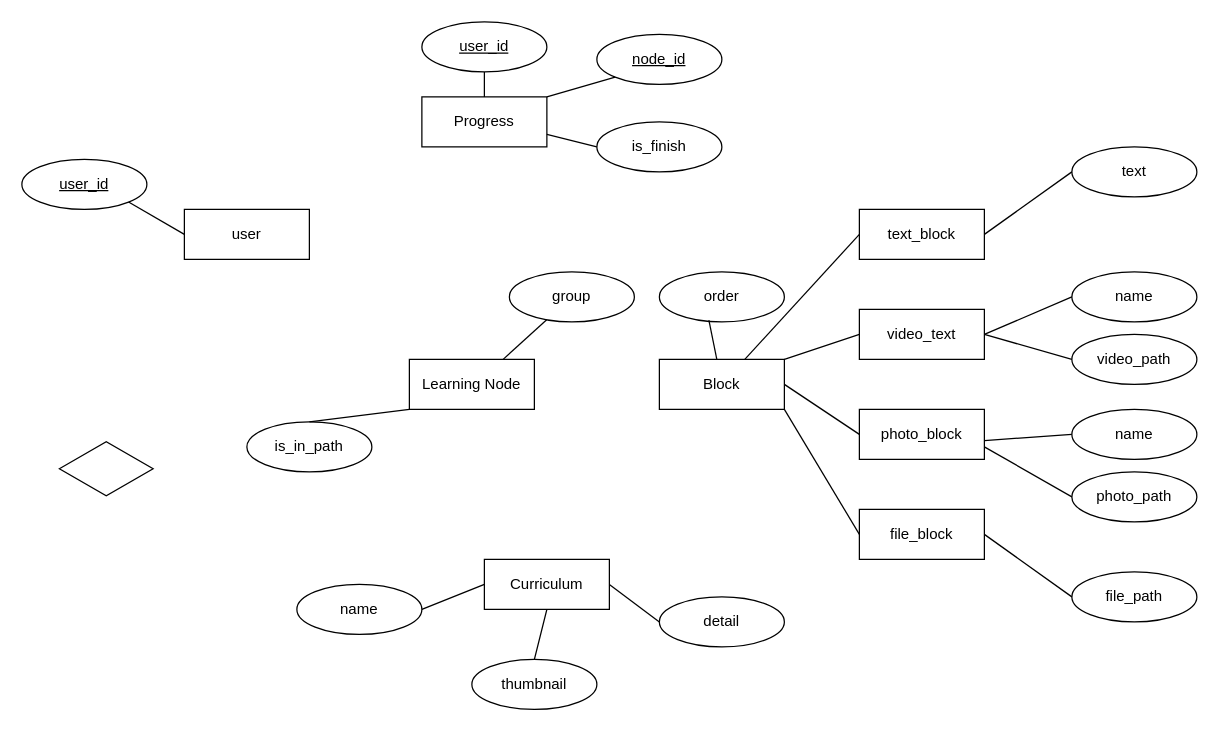
This is Untitled Diagram.drawio from TendonT52/ProjectProgMath, a draw.io file, before an edit. Source tidied: cells renumbered, new cells numbered last; positions are measured from the earlier drawing's top-left corner, leaving out a move shared by most shapes. Both pictures are drawn from the tidied source at 125%, with x=0, y=0 at pixel (21, 21).
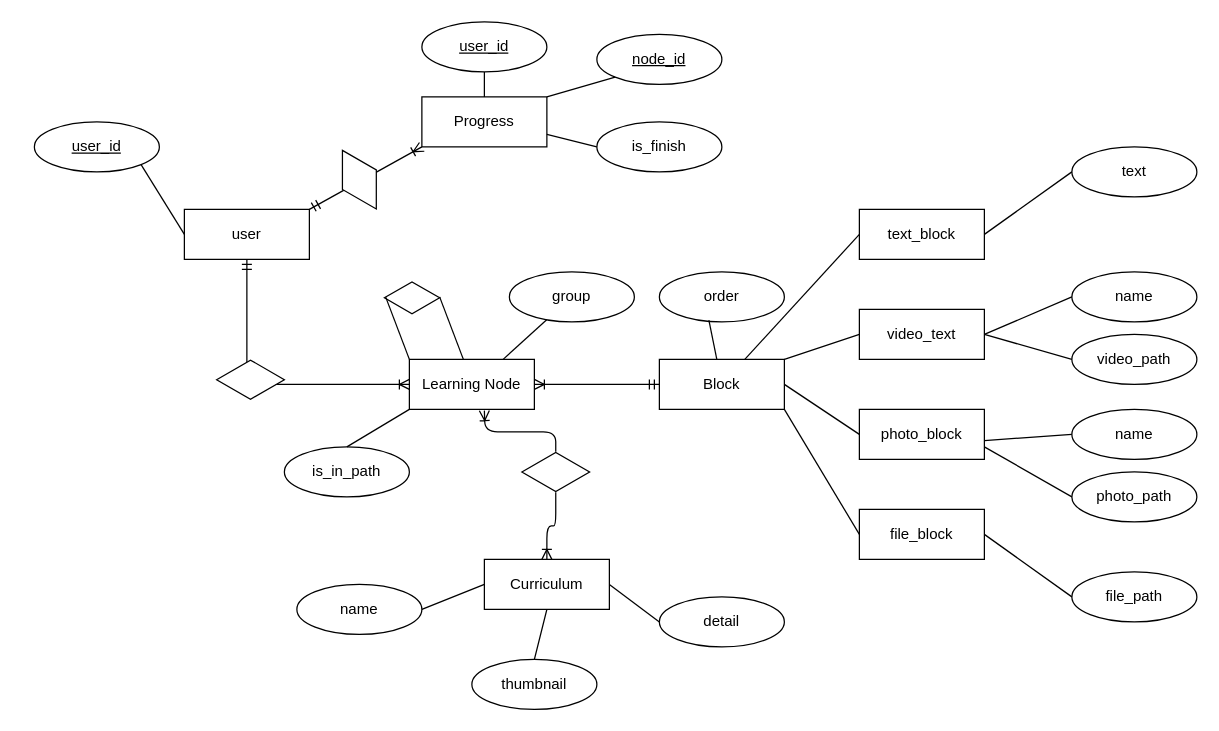
After the change.

Unchanged cells that the change refers to:
```xml
<mxCell id="2" value="Block" style="whiteSpace=wrap;html=1;align=center;" parent="1" vertex="1">
  <mxGeometry x="510" y="270" width="100" height="40" as="geometry" />
</mxCell>
<mxCell id="3" value="Learning Node" style="whiteSpace=wrap;html=1;align=center;" parent="1" vertex="1">
  <mxGeometry x="310" y="270" width="100" height="40" as="geometry" />
</mxCell>
<mxCell id="4" value="user" style="whiteSpace=wrap;html=1;align=center;" parent="1" vertex="1">
  <mxGeometry x="130" y="150" width="100" height="40" as="geometry" />
</mxCell>
<mxCell id="5" value="Progress" style="whiteSpace=wrap;html=1;align=center;" parent="1" vertex="1">
  <mxGeometry x="320" y="60" width="100" height="40" as="geometry" />
</mxCell>
<mxCell id="6" value="Curriculum" style="whiteSpace=wrap;html=1;align=center;" parent="1" vertex="1">
  <mxGeometry x="370" y="430" width="100" height="40" as="geometry" />
</mxCell>
```

Change to the diagram source:
```diff
@@
     <mxCell id="20" value="is_in_path" style="ellipse;whiteSpace=wrap;html=1;align=center;" parent="1" vertex="1">
-      <mxGeometry x="180" y="320" width="100" height="40" as="geometry" />
+      <mxGeometry x="210" y="340" width="100" height="40" as="geometry" />
     </mxCell>
@@
     <mxCell id="25" value="user_id" style="ellipse;whiteSpace=wrap;html=1;align=center;fontStyle=4;" parent="1" vertex="1">
-      <mxGeometry y="110" width="100" height="40" as="geometry" />
+      <mxGeometry x="10" y="80" width="100" height="40" as="geometry" />
     </mxCell>
@@
-    <mxCell id="27" style="html=1;whiteSpace=wrap;shape=isoRectangle;" parent="1" vertex="1">
-      <mxGeometry x="30" y="335" width="75" height="45" as="geometry" />
-    </mxCell>
@@
+    <mxCell id="48" style="edgeStyle=entityRelationEdgeStyle;fontSize=12;html=1;endArrow=ERoneToMany;startArrow=ERmandOne;entryX=1;entryY=0.5;entryDx=0;entryDy=0;exitX=0;exitY=0.5;exitDx=0;exitDy=0;" parent="1" edge="1" source="2" target="3">
+      <mxGeometry relative="1" as="geometry" />
+    </mxCell>
+    <mxCell id="49" style="fontSize=12;html=1;endArrow=ERoneToMany;startArrow=none;exitX=0.5;exitY=0;exitDx=0;exitDy=0;edgeStyle=orthogonalEdgeStyle;" parent="1" edge="1" source="27">
+      <mxGeometry relative="1" as="geometry">
+        <mxPoint x="370" y="311" as="targetPoint" />
+      </mxGeometry>
+    </mxCell>
+    <mxCell id="50" style="edgeStyle=orthogonalEdgeStyle;fontSize=12;html=1;endArrow=ERoneToMany;startArrow=ERmandOne;exitX=0.5;exitY=1;exitDx=0;exitDy=0;entryX=0;entryY=0.5;entryDx=0;entryDy=0;" parent="1" edge="1" source="4" target="3">
+      <mxGeometry relative="1" as="geometry" />
+    </mxCell>
+    <mxCell id="51" style="fontSize=12;html=1;endArrow=ERoneToMany;startArrow=ERmandOne;entryX=0;entryY=1;entryDx=0;entryDy=0;exitX=1;exitY=0;exitDx=0;exitDy=0;" parent="1" edge="1" source="4" target="5">
+      <mxGeometry relative="1" as="geometry" />
+    </mxCell>
+    <mxCell id="27" style="html=1;whiteSpace=wrap;shape=isoRectangle;" parent="1" vertex="1">
+      <mxGeometry x="400" y="343.8" width="54.2" height="32.5" as="geometry" />
+    </mxCell>
+    <mxCell id="52" style="fontSize=12;html=1;endArrow=none;startArrow=ERoneToMany;exitX=0.5;exitY=0;exitDx=0;exitDy=0;edgeStyle=orthogonalEdgeStyle;" parent="1" edge="1" source="6" target="27">
+      <mxGeometry relative="1" as="geometry" />
+    </mxCell>
+    <mxCell id="53" style="html=1;whiteSpace=wrap;shape=isoRectangle;" parent="1" vertex="1">
+      <mxGeometry x="155.8" y="270" width="54.2" height="32.5" as="geometry" />
+    </mxCell>
+    <mxCell id="54" style="html=1;whiteSpace=wrap;shape=isoRectangle;rotation=60;" parent="1" vertex="1">
+      <mxGeometry x="242.9" y="110" width="54.2" height="32.5" as="geometry" />
+    </mxCell>
+    <mxCell id="55" style="html=1;whiteSpace=wrap;shape=isoRectangle;" parent="1" vertex="1">
+      <mxGeometry x="290" y="207.5" width="44.2" height="26.5" as="geometry" />
+    </mxCell>
+    <mxCell id="56" style="endArrow=none;html=1;rounded=0;exitX=0;exitY=0;exitDx=0;exitDy=0;" parent="1" edge="1" source="3">
+      <mxGeometry relative="1" as="geometry">
+        <mxPoint x="291" y="220" as="targetPoint" />
+      </mxGeometry>
+    </mxCell>
+    <mxCell id="57" style="endArrow=none;html=1;rounded=0;exitX=0;exitY=0;exitDx=0;exitDy=0;" parent="1" edge="1">
+      <mxGeometry relative="1" as="geometry">
+        <mxPoint x="353.2" y="270" as="sourcePoint" />
+        <mxPoint x="334.2" y="220" as="targetPoint" />
+      </mxGeometry>
+    </mxCell>
```
